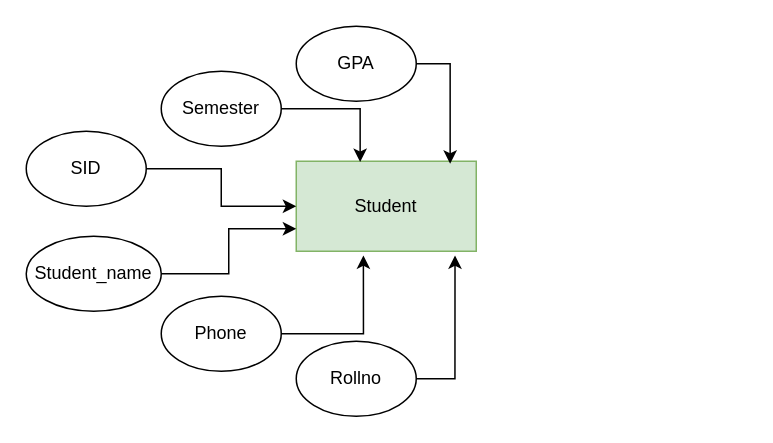
Above: database.drawio in sujalthakuri/h (draw.io), before the change. Source tidied: cells renumbered, new cells numbered last; positions are measured from the earlier drawing's top-left corner, leaving out a move shared by most shapes. Both pictures are drawn from the tidied source at 150%, with x=0, y=0 at pixel (26, 26).
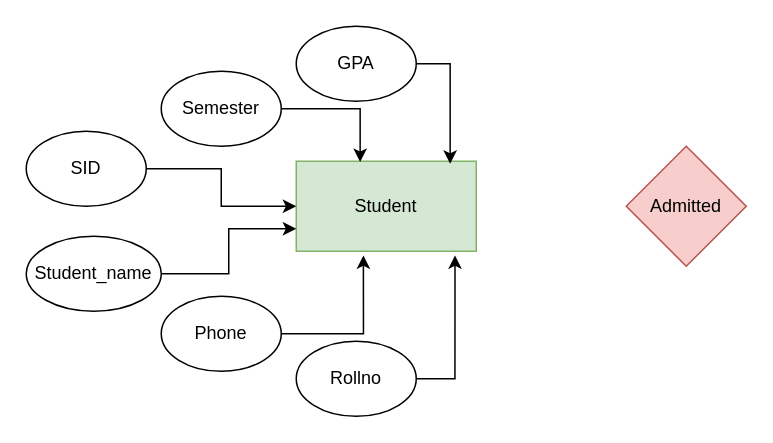
The same page after the edit.

Commit message:
Admit flowchart added

Diff of the diagram source:
```diff
@@
 <mxGraphModel>
   <root>
     <mxCell id="0" />
     <mxCell id="1" parent="0" />
     <mxCell id="2" value="Student" style="rounded=0;whiteSpace=wrap;html=1;fillColor=#d5e8d4;strokeColor=#82b366;" parent="1" vertex="1">
       <mxGeometry x="180" y="90" width="120" height="60" as="geometry" />
     </mxCell>
     <mxCell id="3" style="edgeStyle=orthogonalEdgeStyle;rounded=0;jettySize=auto;html=1;exitX=1;exitY=0.5;exitDx=0;exitDy=0;entryX=0;entryY=0.5;entryDx=0;entryDy=0;" parent="1" edge="1" source="4" target="2">
       <mxGeometry relative="1" as="geometry" />
     </mxCell>
     <mxCell id="4" value="SID" style="ellipse;whiteSpace=wrap;html=1;" parent="1" vertex="1">
       <mxGeometry y="70" width="80" height="50" as="geometry" />
     </mxCell>
     <mxCell id="5" style="edgeStyle=orthogonalEdgeStyle;rounded=0;jettySize=auto;html=1;exitX=1;exitY=0.5;exitDx=0;exitDy=0;entryX=0.373;entryY=1.046;entryDx=0;entryDy=0;entryPerimeter=0;" parent="1" edge="1" source="6" target="2">
       <mxGeometry relative="1" as="geometry" />
     </mxCell>
     <mxCell id="6" value="Phone" style="ellipse;whiteSpace=wrap;html=1;" parent="1" vertex="1">
       <mxGeometry x="90" y="180" width="80" height="50" as="geometry" />
     </mxCell>
     <mxCell id="7" style="edgeStyle=orthogonalEdgeStyle;rounded=0;jettySize=auto;html=1;exitX=1;exitY=0.5;exitDx=0;exitDy=0;entryX=0.355;entryY=0.009;entryDx=0;entryDy=0;entryPerimeter=0;" parent="1" edge="1" source="8" target="2">
       <mxGeometry relative="1" as="geometry" />
     </mxCell>
     <mxCell id="8" value="Semester" style="ellipse;whiteSpace=wrap;html=1;" parent="1" vertex="1">
       <mxGeometry x="90" y="30" width="80" height="50" as="geometry" />
     </mxCell>
     <mxCell id="9" style="edgeStyle=orthogonalEdgeStyle;rounded=0;jettySize=auto;html=1;exitX=1;exitY=0.5;exitDx=0;exitDy=0;entryX=0.855;entryY=0.028;entryDx=0;entryDy=0;entryPerimeter=0;" parent="1" edge="1" source="10" target="2">
       <mxGeometry relative="1" as="geometry" />
     </mxCell>
     <mxCell id="10" value="GPA" style="ellipse;whiteSpace=wrap;html=1;" parent="1" vertex="1">
       <mxGeometry x="180" width="80" height="50" as="geometry" />
     </mxCell>
     <mxCell id="11" style="edgeStyle=orthogonalEdgeStyle;rounded=0;jettySize=auto;html=1;exitX=1;exitY=0.5;exitDx=0;exitDy=0;entryX=0;entryY=0.75;entryDx=0;entryDy=0;" parent="1" edge="1" source="12" target="2">
       <mxGeometry relative="1" as="geometry" />
     </mxCell>
     <mxCell id="12" value="Student_name" style="ellipse;whiteSpace=wrap;html=1;" parent="1" vertex="1">
       <mxGeometry y="140" width="90" height="50" as="geometry" />
     </mxCell>
     <mxCell id="13" style="edgeStyle=orthogonalEdgeStyle;rounded=0;jettySize=auto;html=1;exitX=1;exitY=0.5;exitDx=0;exitDy=0;entryX=0.882;entryY=1.046;entryDx=0;entryDy=0;entryPerimeter=0;" parent="1" edge="1" source="14" target="2">
       <mxGeometry relative="1" as="geometry" />
     </mxCell>
     <mxCell id="14" value="Rollno" style="ellipse;whiteSpace=wrap;html=1;" parent="1" vertex="1">
       <mxGeometry x="180" y="210" width="80" height="50" as="geometry" />
     </mxCell>
+    <mxCell id="15" value="Admitted" style="rhombus;whiteSpace=wrap;html=1;fillColor=#f8cecc;strokeColor=#b85450;" parent="1" vertex="1">
+      <mxGeometry x="400" y="80" width="80" height="80" as="geometry" />
+    </mxCell>
   </root>
 </mxGraphModel>
```
